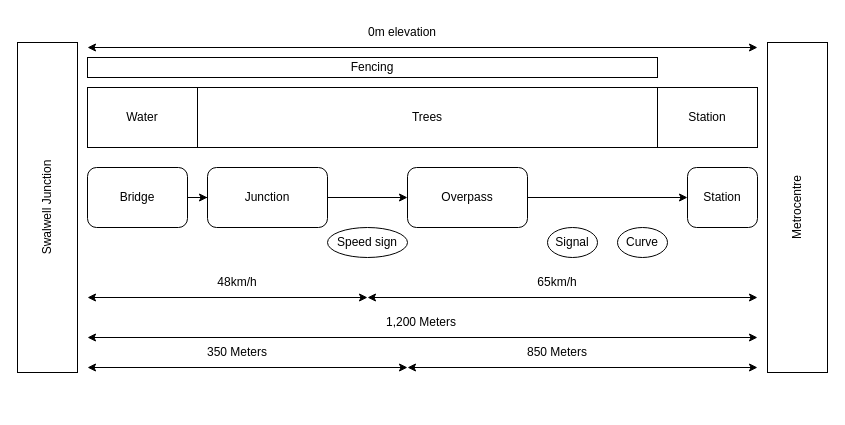
Before: Step 1/ODM1.drawio in TortoiseFather/SACRED, a draw.io diagram. Source tidied: cells renumbered, new cells numbered last; positions are measured from the earlier drawing's top-left corner, leaving out a move shared by most shapes. Both pictures are drawn from the tidied source at 100%, with x=0, y=0 at pixel (-118, 17).
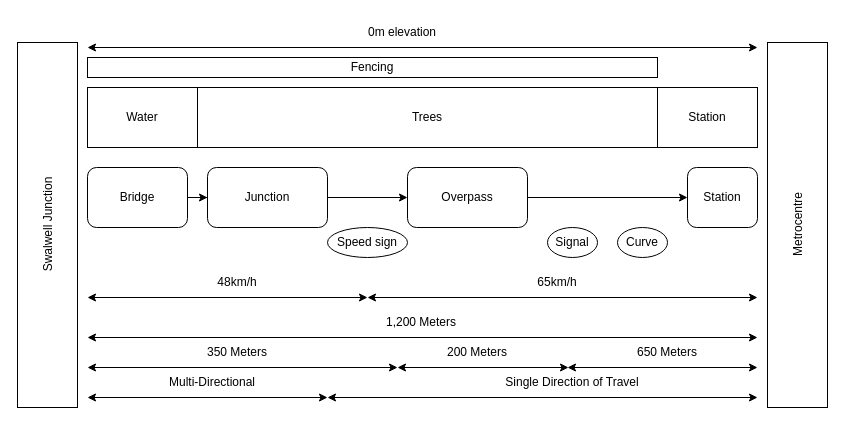
The same page after the edit.

What changed in the source:
```diff
@@
     <mxCell id="17" value="Swalwell Junction" style="rounded=0;whiteSpace=wrap;html=1;rotation=-90;" parent="1" vertex="1">
-      <mxGeometry y="160" width="330" height="60" as="geometry" />
+      <mxGeometry x="-17.5" y="177.5" width="365" height="60" as="geometry" />
     </mxCell>
     <mxCell id="18" value="Metrocentre" style="rounded=0;whiteSpace=wrap;html=1;rotation=-90;" parent="1" vertex="1">
-      <mxGeometry x="750" y="160" width="330" height="60" as="geometry" />
+      <mxGeometry x="732.5" y="177.5" width="365" height="60" as="geometry" />
     </mxCell>
@@
     <mxCell id="26" style="endArrow=classic;startArrow=classic;html=1;rounded=0;" parent="1" edge="1">
       <mxGeometry relative="1" as="geometry">
         <mxPoint x="205" y="350" as="sourcePoint" />
-        <mxPoint x="525" y="350" as="targetPoint" />
+        <mxPoint x="515" y="350" as="targetPoint" />
       </mxGeometry>
     </mxCell>
@@
     <mxCell id="28" style="endArrow=classic;startArrow=classic;html=1;rounded=0;" parent="1" edge="1">
       <mxGeometry relative="1" as="geometry">
-        <mxPoint x="525" y="350" as="sourcePoint" />
+        <mxPoint x="685" y="350" as="sourcePoint" />
         <mxPoint x="875" y="350" as="targetPoint" />
       </mxGeometry>
     </mxCell>
-    <mxCell id="29" value="850 Meters" style="text;html=1;whiteSpace=wrap;strokeColor=none;fillColor=none;align=center;verticalAlign=middle;rounded=0;" parent="1" vertex="1">
-      <mxGeometry x="635" y="320" width="80" height="30" as="geometry" />
+    <mxCell id="29" value="650 Meters" style="text;html=1;whiteSpace=wrap;strokeColor=none;fillColor=none;align=center;verticalAlign=middle;rounded=0;" parent="1" vertex="1">
+      <mxGeometry x="745" y="320" width="80" height="30" as="geometry" />
     </mxCell>
+    <mxCell id="30" style="endArrow=classic;startArrow=classic;html=1;rounded=0;" parent="1" edge="1">
+      <mxGeometry relative="1" as="geometry">
+        <mxPoint x="515" y="350" as="sourcePoint" />
+        <mxPoint x="686" y="350" as="targetPoint" />
+      </mxGeometry>
+    </mxCell>
+    <mxCell id="31" value="200 Meters" style="text;html=1;whiteSpace=wrap;strokeColor=none;fillColor=none;align=center;verticalAlign=middle;rounded=0;" parent="1" vertex="1">
+      <mxGeometry x="555" y="320" width="80" height="30" as="geometry" />
+    </mxCell>
+    <mxCell id="32" style="endArrow=classic;html=1;rounded=0;startArrow=classic;startFill=1;endFill=1;" parent="1" edge="1">
+      <mxGeometry relative="1" as="geometry">
+        <mxPoint x="205" y="380" as="sourcePoint" />
+        <mxPoint x="445" y="380" as="targetPoint" />
+      </mxGeometry>
+    </mxCell>
+    <mxCell id="33" value="Multi-Directional" style="text;html=1;whiteSpace=wrap;strokeColor=none;fillColor=none;align=center;verticalAlign=middle;rounded=0;" parent="1" vertex="1">
+      <mxGeometry x="285" y="350" width="90" height="30" as="geometry" />
+    </mxCell>
+    <mxCell id="34" style="endArrow=classic;html=1;rounded=0;startArrow=classic;startFill=1;endFill=1;" parent="1" edge="1">
+      <mxGeometry relative="1" as="geometry">
+        <mxPoint x="445" y="380" as="sourcePoint" />
+        <mxPoint x="875" y="380" as="targetPoint" />
+      </mxGeometry>
+    </mxCell>
+    <mxCell id="35" value="Single Direction of Travel" style="text;html=1;whiteSpace=wrap;strokeColor=none;fillColor=none;align=center;verticalAlign=middle;rounded=0;" parent="1" vertex="1">
+      <mxGeometry x="610" y="350" width="160" height="30" as="geometry" />
+    </mxCell>
```
